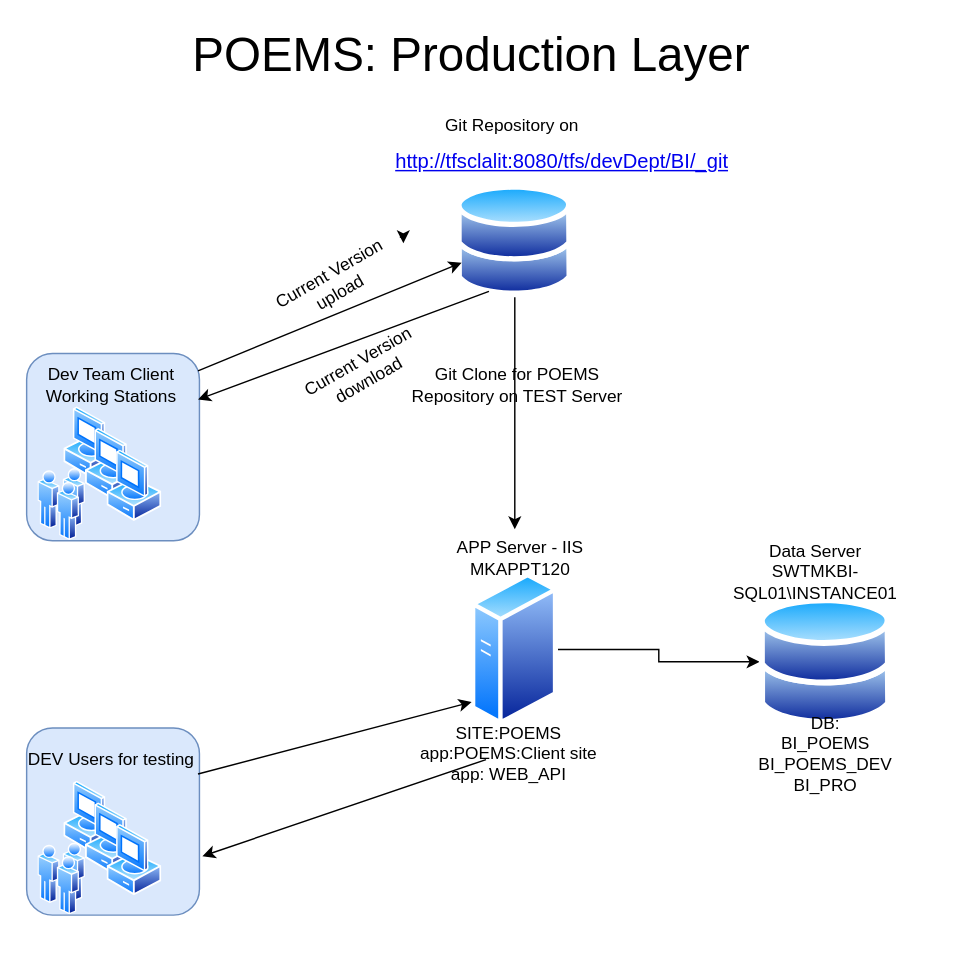
Above: poems_prod.drawio in itaybaran/drawing (draw.io), before the change. Source tidied: cells renumbered, new cells numbered last; positions are measured from the earlier drawing's top-left corner, leaving out a move shared by most shapes. Both pictures are drawn from the tidied source at 144%, with x=0, y=0 at pixel (24, 39).
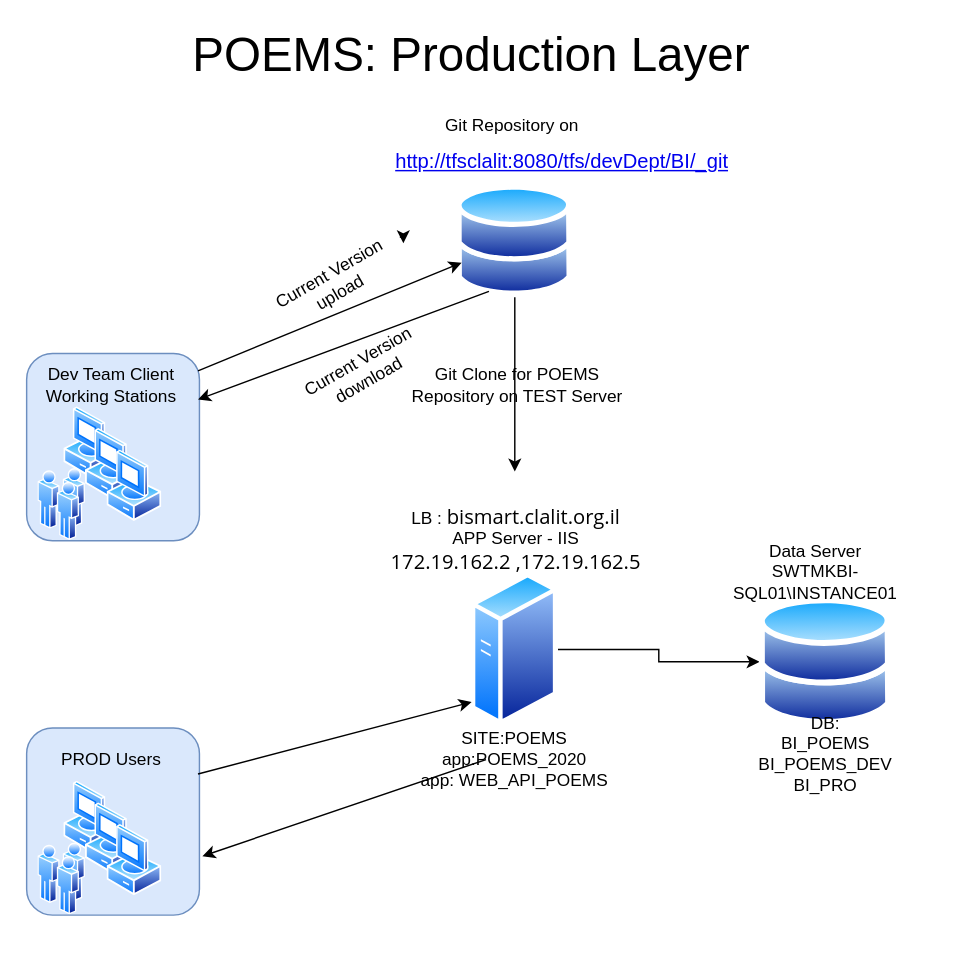
After the change.

The change refers to these unchanged cells:
```xml
<mxCell id="10" style="perimeter=ellipsePerimeter;html=1;align=center;shadow=0;dashed=0;spacingTop=3;image;image=img/lib/active_directory/databases.svg;" parent="1" vertex="1">
  <mxGeometry x="300" y="100.6" width="80" height="78.4" as="geometry" />
</mxCell>
<mxCell id="22" style="group;" parent="1" vertex="1">
  <mxGeometry y="490" width="121" height="130" as="geometry" />
</mxCell>
```

Change to the diagram source:
```diff
@@
-    <mxCell id="20" value="APP Server - IIS&lt;br&gt;MKAPPT120" style="text;html=1;strokeColor=none;fillColor=none;align=center;verticalAlign=middle;whiteSpace=wrap;rounded=0;" parent="1" vertex="1">
-      <mxGeometry x="259" y="350" width="170" height="20" as="geometry" />
-    </mxCell>
-    <mxCell id="21" value="SITE:POEMS&lt;br&gt;app:POEMS:Client site&lt;br&gt;app: WEB_API" style="text;html=1;strokeColor=none;fillColor=none;align=center;verticalAlign=middle;whiteSpace=wrap;rounded=0;" parent="1" vertex="1">
-      <mxGeometry x="251" y="486.1" width="170" height="20" as="geometry" />
-    </mxCell>
@@
-    <mxCell id="29" value="DEV Users for testing" style="text;html=1;strokeColor=none;fillColor=none;align=center;verticalAlign=middle;whiteSpace=wrap;rounded=0;" parent="22" vertex="1">
+    <mxCell id="29" value="PROD Users" style="text;html=1;strokeColor=none;fillColor=none;align=center;verticalAlign=middle;whiteSpace=wrap;rounded=0;" parent="22" vertex="1">
       <mxGeometry width="120" height="20" as="geometry" />
     </mxCell>
@@
     <mxCell id="32" style="endArrow=classic;html=1;" parent="1" edge="1" source="10">
       <mxGeometry relative="1" as="geometry">
-        <mxPoint x="340" y="340" as="targetPoint" />
+        <mxPoint x="340" y="300" as="targetPoint" />
       </mxGeometry>
     </mxCell>
@@
+    <mxCell id="38" value="LB :&amp;nbsp;&lt;span style=&quot;font-size: 10.5pt ; line-height: 107% ; font-family: &amp;#34;segoe ui&amp;#34; , sans-serif&quot;&gt;bismart.clalit.org.il&lt;/span&gt;&lt;br&gt;APP Server - IIS&lt;br&gt;&lt;span style=&quot;font-size: 10.5pt ; line-height: 107% ; font-family: &amp;#34;segoe ui&amp;#34; , sans-serif&quot;&gt;172.19.162.2 ,&lt;/span&gt;&lt;span style=&quot;font-size: 10.5pt ; line-height: 107% ; font-family: &amp;#34;segoe ui&amp;#34; , sans-serif&quot;&gt;172.19.162.5&lt;/span&gt;" style="text;html=1;strokeColor=none;fillColor=none;align=center;verticalAlign=middle;whiteSpace=wrap;rounded=0;" parent="1" vertex="1">
+      <mxGeometry x="246" y="337" width="190" height="20" as="geometry" />
+    </mxCell>
+    <mxCell id="39" value="SITE:POEMS&lt;br&gt;app:POEMS_2020&lt;br&gt;app: WEB_API_POEMS" style="text;html=1;strokeColor=none;fillColor=none;align=center;verticalAlign=middle;whiteSpace=wrap;rounded=0;" parent="1" vertex="1">
+      <mxGeometry x="255" y="490" width="170" height="20" as="geometry" />
+    </mxCell>
```
